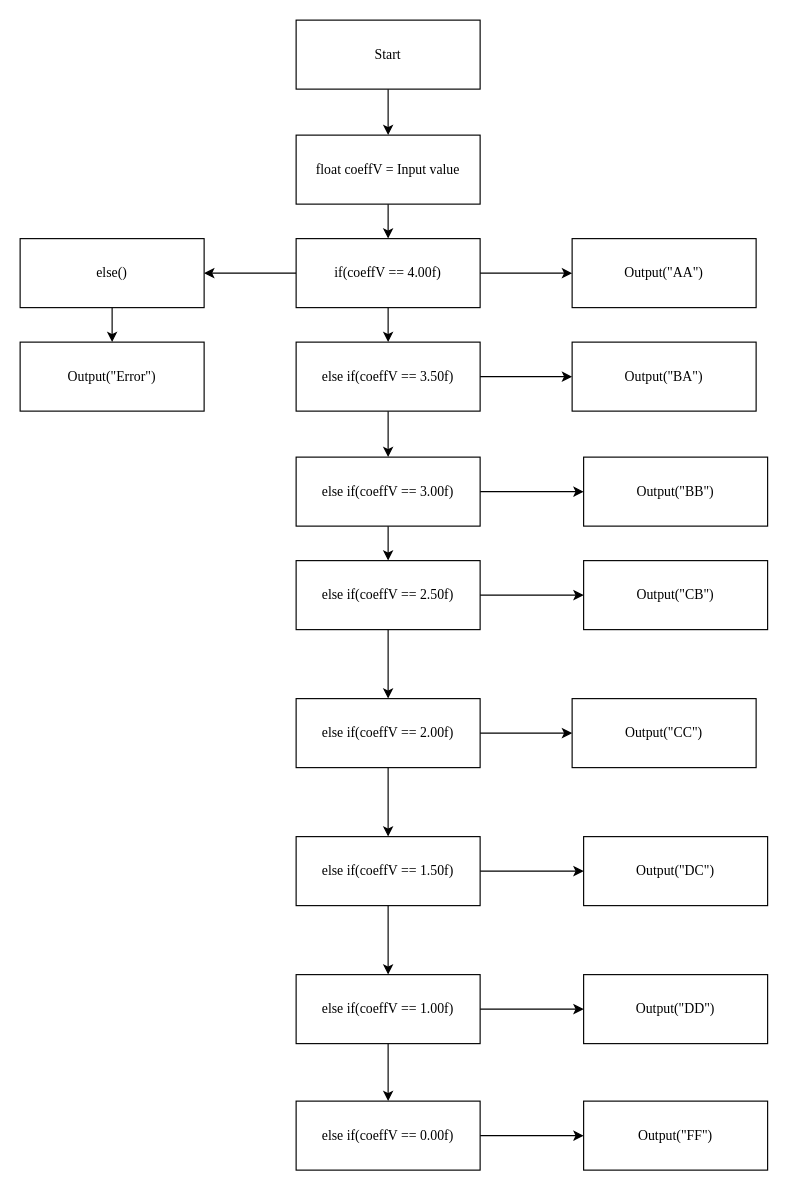
Above: AlgorithmsHW.drawio in skrudgemacdac/HomeWork (draw.io), before the change. Source tidied: cells renumbered, new cells numbered last; positions are measured from the earlier drawing's top-left corner, leaving out a move shared by most shapes. Both pictures are drawn from the tidied source at 115%, with x=0, y=0 at pixel (20, 20).
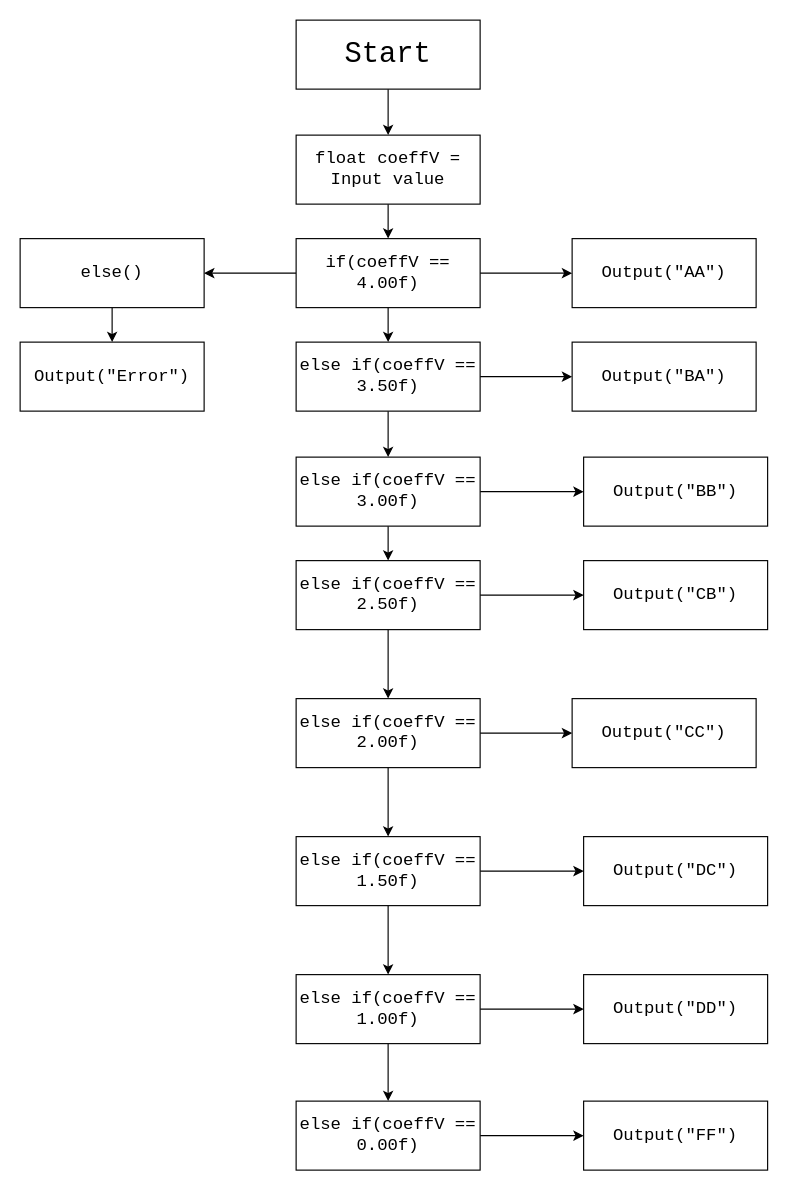
The same diagram, later.

The edit, as a diff of the source:
```diff
@@
-    <mxCell id="3" value="Start" style="rounded=0;whiteSpace=wrap;html=1;fontFamily=Times New Roman;" parent="1" vertex="1">
+    <mxCell id="3" value="Start" style="rounded=0;whiteSpace=wrap;html=1;fontFamily=Courier New;fontSize=25;" parent="1" vertex="1">
       <mxGeometry x="240" width="160" height="60" as="geometry" />
     </mxCell>
@@
-    <mxCell id="5" value="float coeffV = Input value" style="rounded=0;whiteSpace=wrap;html=1;fontFamily=Times New Roman;" parent="1" vertex="1">
+    <mxCell id="5" value="float coeffV = Input value" style="rounded=0;whiteSpace=wrap;html=1;fontFamily=Courier New;fontSize=15;" parent="1" vertex="1">
       <mxGeometry x="240" y="100" width="160" height="60" as="geometry" />
     </mxCell>
@@
-    <mxCell id="9" value="if(coeffV == 4.00f)" style="rounded=0;whiteSpace=wrap;html=1;fontFamily=Times New Roman;" parent="1" vertex="1">
+    <mxCell id="9" value="if(coeffV == 4.00f)" style="rounded=0;whiteSpace=wrap;html=1;fontFamily=Courier New;fontSize=15;" parent="1" vertex="1">
       <mxGeometry x="240" y="190" width="160" height="60" as="geometry" />
     </mxCell>
-    <mxCell id="10" value="Output(&quot;AA&quot;)" style="rounded=0;whiteSpace=wrap;html=1;fontFamily=Times New Roman;" parent="1" vertex="1">
+    <mxCell id="10" value="Output(&quot;AA&quot;)" style="rounded=0;whiteSpace=wrap;html=1;fontFamily=Courier New;fontSize=15;" parent="1" vertex="1">
       <mxGeometry x="480" y="190" width="160" height="60" as="geometry" />
     </mxCell>
@@
-    <mxCell id="13" value="else if(coeffV == 3.50f)" style="rounded=0;whiteSpace=wrap;html=1;fontFamily=Times New Roman;" parent="1" vertex="1">
+    <mxCell id="13" value="else if(coeffV == 3.50f)" style="rounded=0;whiteSpace=wrap;html=1;fontFamily=Courier New;fontSize=15;" parent="1" vertex="1">
       <mxGeometry x="240" y="280" width="160" height="60" as="geometry" />
     </mxCell>
-    <mxCell id="14" value="Output(&quot;BA&quot;)" style="rounded=0;whiteSpace=wrap;html=1;fontFamily=Times New Roman;" parent="1" vertex="1">
+    <mxCell id="14" value="Output(&quot;BA&quot;)" style="rounded=0;whiteSpace=wrap;html=1;fontFamily=Courier New;fontSize=15;" parent="1" vertex="1">
       <mxGeometry x="480" y="280" width="160" height="60" as="geometry" />
     </mxCell>
@@
-    <mxCell id="17" value="else if(coeffV == 3.00f)" style="rounded=0;whiteSpace=wrap;html=1;fontFamily=Times New Roman;" parent="1" vertex="1">
+    <mxCell id="17" value="else if(coeffV == 3.00f)" style="rounded=0;whiteSpace=wrap;html=1;fontFamily=Courier New;fontSize=15;" parent="1" vertex="1">
       <mxGeometry x="240" y="380" width="160" height="60" as="geometry" />
     </mxCell>
-    <mxCell id="18" value="Output(&quot;BB&quot;)" style="rounded=0;whiteSpace=wrap;html=1;fontFamily=Times New Roman;" parent="1" vertex="1">
+    <mxCell id="18" value="Output(&quot;BB&quot;)" style="rounded=0;whiteSpace=wrap;html=1;fontFamily=Courier New;fontSize=15;" parent="1" vertex="1">
       <mxGeometry x="490" y="380" width="160" height="60" as="geometry" />
     </mxCell>
@@
-    <mxCell id="21" value="else if(coeffV == 2.50f)" style="rounded=0;whiteSpace=wrap;html=1;fontFamily=Times New Roman;" parent="1" vertex="1">
+    <mxCell id="21" value="else if(coeffV == 2.50f)" style="rounded=0;whiteSpace=wrap;html=1;fontFamily=Courier New;fontSize=15;" parent="1" vertex="1">
       <mxGeometry x="240" y="470" width="160" height="60" as="geometry" />
     </mxCell>
-    <mxCell id="22" value="Output(&quot;CB&quot;)" style="rounded=0;whiteSpace=wrap;html=1;fontFamily=Times New Roman;" parent="1" vertex="1">
+    <mxCell id="22" value="Output(&quot;CB&quot;)" style="rounded=0;whiteSpace=wrap;html=1;fontFamily=Courier New;fontSize=15;" parent="1" vertex="1">
       <mxGeometry x="490" y="470" width="160" height="60" as="geometry" />
     </mxCell>
@@
-    <mxCell id="25" value="else if(coeffV == 2.00f)" style="rounded=0;whiteSpace=wrap;html=1;fontFamily=Times New Roman;" parent="1" vertex="1">
+    <mxCell id="25" value="else if(coeffV == 2.00f)" style="rounded=0;whiteSpace=wrap;html=1;fontFamily=Courier New;fontSize=15;" parent="1" vertex="1">
       <mxGeometry x="240" y="590" width="160" height="60" as="geometry" />
     </mxCell>
-    <mxCell id="26" value="Output(&quot;CC&quot;)" style="rounded=0;whiteSpace=wrap;html=1;fontFamily=Times New Roman;" parent="1" vertex="1">
+    <mxCell id="26" value="Output(&quot;CC&quot;)" style="rounded=0;whiteSpace=wrap;html=1;fontFamily=Courier New;fontSize=15;" parent="1" vertex="1">
       <mxGeometry x="480" y="590" width="160" height="60" as="geometry" />
     </mxCell>
@@
-    <mxCell id="29" value="else if(coeffV == 1.50f)" style="rounded=0;whiteSpace=wrap;html=1;fontFamily=Times New Roman;" parent="1" vertex="1">
+    <mxCell id="29" value="else if(coeffV == 1.50f)" style="rounded=0;whiteSpace=wrap;html=1;fontFamily=Courier New;fontSize=15;" parent="1" vertex="1">
       <mxGeometry x="240" y="710" width="160" height="60" as="geometry" />
     </mxCell>
-    <mxCell id="30" value="Output(&quot;DC&quot;)" style="rounded=0;whiteSpace=wrap;html=1;fontFamily=Times New Roman;" parent="1" vertex="1">
+    <mxCell id="30" value="Output(&quot;DC&quot;)" style="rounded=0;whiteSpace=wrap;html=1;fontFamily=Courier New;fontSize=15;" parent="1" vertex="1">
       <mxGeometry x="490" y="710" width="160" height="60" as="geometry" />
     </mxCell>
@@
-    <mxCell id="32" value="else()" style="rounded=0;whiteSpace=wrap;html=1;fontFamily=Times New Roman;" parent="1" vertex="1">
+    <mxCell id="32" value="else()" style="rounded=0;whiteSpace=wrap;html=1;fontFamily=Courier New;fontSize=15;" parent="1" vertex="1">
       <mxGeometry y="190" width="160" height="60" as="geometry" />
     </mxCell>
-    <mxCell id="33" value="Output(&quot;Error&quot;)" style="rounded=0;whiteSpace=wrap;html=1;fontFamily=Times New Roman;" parent="1" vertex="1">
+    <mxCell id="33" value="Output(&quot;Error&quot;)" style="rounded=0;whiteSpace=wrap;html=1;fontFamily=Courier New;fontSize=15;" parent="1" vertex="1">
       <mxGeometry y="280" width="160" height="60" as="geometry" />
     </mxCell>
@@
-    <mxCell id="36" value="else if(coeffV == 1.00f)" style="rounded=0;whiteSpace=wrap;html=1;fontFamily=Times New Roman;" parent="1" vertex="1">
+    <mxCell id="36" value="else if(coeffV == 1.00f)" style="rounded=0;whiteSpace=wrap;html=1;fontFamily=Courier New;fontSize=15;" parent="1" vertex="1">
       <mxGeometry x="240" y="830" width="160" height="60" as="geometry" />
     </mxCell>
@@
-    <mxCell id="38" value="else if(coeffV == 0.00f)" style="rounded=0;whiteSpace=wrap;html=1;fontFamily=Times New Roman;" parent="1" vertex="1">
+    <mxCell id="38" value="else if(coeffV == 0.00f)" style="rounded=0;whiteSpace=wrap;html=1;fontFamily=Courier New;fontSize=15;" parent="1" vertex="1">
       <mxGeometry x="240" y="940" width="160" height="60" as="geometry" />
     </mxCell>
-    <mxCell id="39" value="Output(&quot;DD&quot;)" style="rounded=0;whiteSpace=wrap;html=1;fontFamily=Times New Roman;" parent="1" vertex="1">
+    <mxCell id="39" value="Output(&quot;DD&quot;)" style="rounded=0;whiteSpace=wrap;html=1;fontFamily=Courier New;fontSize=15;" parent="1" vertex="1">
       <mxGeometry x="490" y="830" width="160" height="60" as="geometry" />
     </mxCell>
-    <mxCell id="40" value="Output(&quot;FF&quot;)" style="rounded=0;whiteSpace=wrap;html=1;fontFamily=Times New Roman;" parent="1" vertex="1">
+    <mxCell id="40" value="Output(&quot;FF&quot;)" style="rounded=0;whiteSpace=wrap;html=1;fontFamily=Courier New;fontSize=15;" parent="1" vertex="1">
       <mxGeometry x="490" y="940" width="160" height="60" as="geometry" />
     </mxCell>
```
